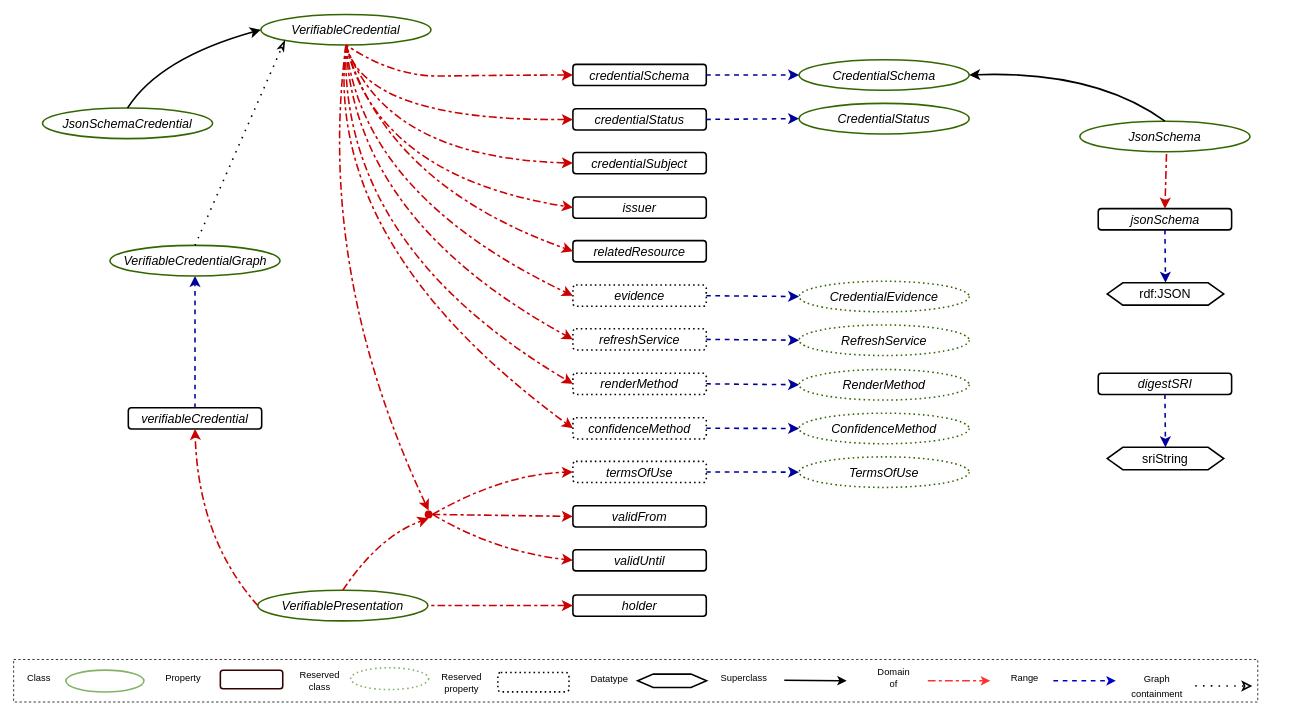
Above: vocab/credentials/v2/vocabulary.drawio in w3c/vc-data-model (draw.io), before the change. Source tidied: cells renumbered, new cells numbered last; positions are measured from the earlier drawing's top-left corner, leaving out a move shared by most shapes. Both pictures are drawn from the tidied source at 78%, with x=0, y=0 at pixel (13, 14).
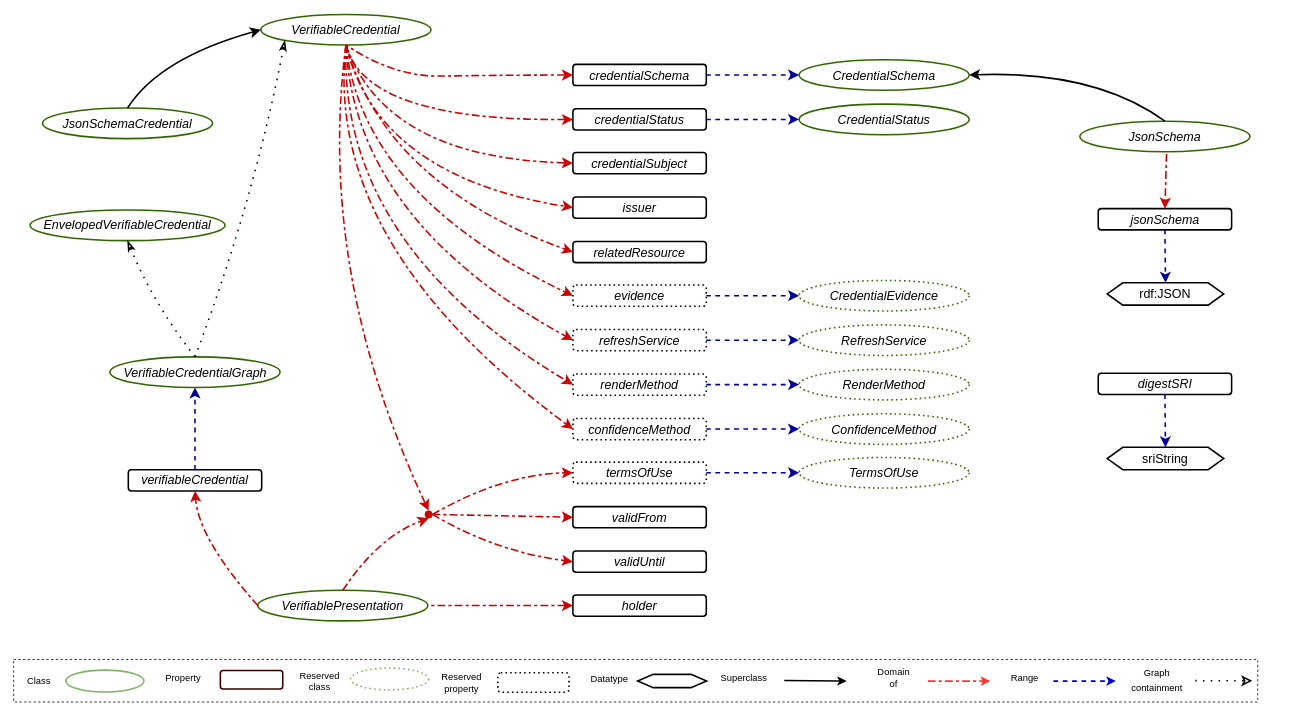
Above is the later version.

Commit message (it also covers changes not shown here):
Changing the vocab diagram

The change refers to these unchanged cells:
```xml
<mxCell id="3" value="&lt;i&gt;&lt;font color=&quot;#000000&quot;&gt;VerifiableCredential&lt;/font&gt;&lt;/i&gt;" style="ellipse;whiteSpace=wrap;html=1;fontSize=16;fillColor=none;strokeWidth=2;strokeColor=#336600;" parent="1" vertex="1">
  <mxGeometry x="317" width="218" height="39.2" as="geometry" />
</mxCell>
```

Change to the diagram source:
```diff
@@
     <mxCell id="2" value="&lt;i&gt;&lt;font color=&quot;#000000&quot;&gt;verifiableCredential&lt;/font&gt;&lt;/i&gt;" style="rounded=1;whiteSpace=wrap;html=1;fontSize=16;fillColor=none;strokeWidth=2;" parent="1" vertex="1">
-      <mxGeometry x="147" y="504.2" width="171" height="27.2" as="geometry" />
+      <mxGeometry x="147" y="583.7" width="171" height="27.2" as="geometry" />
     </mxCell>
@@
     <mxCell id="10" value="&lt;i&gt;&lt;font color=&quot;#000000&quot;&gt;VerifiableCredentialGraph&lt;/font&gt;&lt;/i&gt;" style="ellipse;whiteSpace=wrap;html=1;fontSize=16;fillColor=none;strokeWidth=2;strokeColor=#336600;" parent="1" vertex="1">
-      <mxGeometry x="123.5" y="296.1" width="218" height="39.2" as="geometry" />
+      <mxGeometry x="123.5" y="439" width="218" height="39.2" as="geometry" />
     </mxCell>
     <mxCell id="11" style="edgeStyle=none;curved=1;rounded=0;jettySize=auto;html=1;entryX=0;entryY=1;entryDx=0;entryDy=0;fontSize=12;startSize=8;endSize=8;dashed=1;dashPattern=1 4;strokeWidth=2;exitX=0.5;exitY=0;exitDx=0;exitDy=0;endArrow=classicThin;endFill=0;" parent="1" edge="1" source="10" target="3">
-      <mxGeometry relative="1" as="geometry" />
+      <mxGeometry relative="1" as="geometry">
+        <Array as="points">
+          <mxPoint x="308" y="239" />
+        </Array>
+      </mxGeometry>
     </mxCell>
@@
     <mxCell id="17" value="&lt;i&gt;&lt;font color=&quot;#000000&quot;&gt;refreshService&lt;/font&gt;&lt;/i&gt;" style="rounded=1;whiteSpace=wrap;html=1;fontSize=16;fillColor=none;strokeWidth=2;dashed=1;dashPattern=1 2;" parent="1" vertex="1">
-      <mxGeometry x="717" y="403" width="171" height="27.2" as="geometry" />
+      <mxGeometry x="717" y="404" width="171" height="27.2" as="geometry" />
     </mxCell>
     <mxCell id="18" value="&lt;i&gt;&lt;font color=&quot;#000000&quot;&gt;renderMethod&lt;/font&gt;&lt;/i&gt;" style="rounded=1;whiteSpace=wrap;html=1;fontSize=16;fillColor=none;strokeWidth=2;dashed=1;dashPattern=1 2;" parent="1" vertex="1">
-      <mxGeometry x="717" y="460" width="171" height="27.2" as="geometry" />
+      <mxGeometry x="717" y="461" width="171" height="27.2" as="geometry" />
     </mxCell>
     <mxCell id="19" value="&lt;i&gt;&lt;font color=&quot;#000000&quot;&gt;confidenceMethod&lt;/font&gt;&lt;/i&gt;" style="rounded=1;whiteSpace=wrap;html=1;fontSize=16;fillColor=none;strokeWidth=2;dashed=1;dashPattern=1 2;" parent="1" vertex="1">
-      <mxGeometry x="717" y="517" width="171" height="27.2" as="geometry" />
+      <mxGeometry x="717" y="518" width="171" height="27.2" as="geometry" />
     </mxCell>
     <mxCell id="20" value="&lt;i&gt;&lt;font color=&quot;#000000&quot;&gt;termsOfUse&lt;/font&gt;&lt;/i&gt;" style="rounded=1;whiteSpace=wrap;html=1;fontSize=16;fillColor=none;strokeWidth=2;dashed=1;dashPattern=1 2;" parent="1" vertex="1">
-      <mxGeometry x="717" y="573" width="171" height="27.2" as="geometry" />
+      <mxGeometry x="717" y="574" width="171" height="27.2" as="geometry" />
     </mxCell>
     <mxCell id="21" value="&lt;i&gt;&lt;font color=&quot;#000000&quot;&gt;validFrom&lt;/font&gt;&lt;/i&gt;" style="rounded=1;whiteSpace=wrap;html=1;fontSize=16;fillColor=none;strokeWidth=2;" parent="1" vertex="1">
-      <mxGeometry x="717" y="630" width="171" height="27.2" as="geometry" />
+      <mxGeometry x="717" y="631" width="171" height="27.2" as="geometry" />
     </mxCell>
     <mxCell id="22" value="&lt;i&gt;&lt;font color=&quot;#000000&quot;&gt;validUntil&lt;/font&gt;&lt;/i&gt;" style="rounded=1;whiteSpace=wrap;html=1;fontSize=16;fillColor=none;strokeWidth=2;" parent="1" vertex="1">
-      <mxGeometry x="717" y="686.2" width="171" height="27.2" as="geometry" />
+      <mxGeometry x="717" y="688" width="171" height="27.2" as="geometry" />
     </mxCell>
@@
     <mxCell id="39" value="&lt;i&gt;&lt;font color=&quot;#000000&quot;&gt;RenderMethod&lt;/font&gt;&lt;/i&gt;" style="ellipse;whiteSpace=wrap;html=1;fontSize=16;fillColor=none;strokeWidth=2;strokeColor=#336600;dashed=1;dashPattern=1 2;" parent="1" vertex="1">
-      <mxGeometry x="1007" y="455.2" width="218" height="39.2" as="geometry" />
+      <mxGeometry x="1007" y="455" width="218" height="39.2" as="geometry" />
     </mxCell>
     <mxCell id="40" value="&lt;i&gt;&lt;font color=&quot;#000000&quot;&gt;CredentialEvidence&lt;/font&gt;&lt;/i&gt;" style="ellipse;whiteSpace=wrap;html=1;fontSize=16;fillColor=none;strokeWidth=2;strokeColor=#336600;dashed=1;dashPattern=1 2;" parent="1" vertex="1">
-      <mxGeometry x="1007" y="342.1" width="218" height="39.2" as="geometry" />
+      <mxGeometry x="1007" y="341" width="218" height="39.2" as="geometry" />
     </mxCell>
     <mxCell id="41" value="&lt;i&gt;&lt;font color=&quot;#000000&quot;&gt;RefreshService&lt;/font&gt;&lt;/i&gt;" style="ellipse;whiteSpace=wrap;html=1;fontSize=16;fillColor=none;strokeWidth=2;strokeColor=#336600;dashed=1;dashPattern=1 2;" parent="1" vertex="1">
-      <mxGeometry x="1007" y="398.1" width="218" height="39.2" as="geometry" />
+      <mxGeometry x="1007" y="398" width="218" height="39.2" as="geometry" />
     </mxCell>
     <mxCell id="42" value="&lt;i&gt;&lt;font color=&quot;#000000&quot;&gt;ConfidenceMethod&lt;/font&gt;&lt;/i&gt;" style="ellipse;whiteSpace=wrap;html=1;fontSize=16;fillColor=none;strokeWidth=2;strokeColor=#336600;dashed=1;dashPattern=1 2;" parent="1" vertex="1">
-      <mxGeometry x="1007" y="511.2" width="218" height="39.2" as="geometry" />
+      <mxGeometry x="1007" y="512" width="218" height="39.2" as="geometry" />
     </mxCell>
     <mxCell id="43" value="&lt;i&gt;&lt;font color=&quot;#000000&quot;&gt;TermsOfUse&lt;/font&gt;&lt;/i&gt;" style="ellipse;whiteSpace=wrap;html=1;fontSize=16;fillColor=none;strokeWidth=2;strokeColor=#336600;dashed=1;dashPattern=1 2;" parent="1" vertex="1">
-      <mxGeometry x="1007" y="567.2" width="218" height="39.2" as="geometry" />
+      <mxGeometry x="1007" y="568" width="218" height="39.2" as="geometry" />
     </mxCell>
@@
     <mxCell id="45" value="&lt;i&gt;&lt;font color=&quot;#000000&quot;&gt;CredentialStatus&lt;/font&gt;&lt;/i&gt;" style="ellipse;whiteSpace=wrap;html=1;fontSize=16;fillColor=none;strokeWidth=2;strokeColor=#336600;" parent="1" vertex="1">
-      <mxGeometry x="1007" y="114" width="218" height="39.2" as="geometry" />
+      <mxGeometry x="1007" y="115" width="218" height="39.2" as="geometry" />
     </mxCell>
@@
-    <mxCell id="55" style="group;" parent="1" vertex="1">
-      <mxGeometry y="827" width="1621" height="54.5" as="geometry" />
-    </mxCell>
-    <mxCell id="56" style="rounded=0;whiteSpace=wrap;html=1;fillColor=none;dashed=1;" parent="55" vertex="1">
-      <mxGeometry width="1595" height="54.5" as="geometry" />
-    </mxCell>
-    <mxCell id="57" style="group;" parent="55" vertex="1">
-      <mxGeometry x="7" y="2.5" width="1614" height="49.5" as="geometry" />
-    </mxCell>
-    <mxCell id="58" style="group;" parent="57" vertex="1">
-      <mxGeometry x="718" y="4.8" width="163.4" height="40" as="geometry" />
-    </mxCell>
-    <mxCell id="59" style="shape=hexagon;perimeter=hexagonPerimeter2;whiteSpace=wrap;html=1;fixedSize=1;fontSize=16;fillColor=none;strokeWidth=2;" parent="58" vertex="1">
-      <mxGeometry x="75" y="11.5" width="88.4" height="17" as="geometry" />
-    </mxCell>
-    <mxCell id="60" value="&lt;span style=&quot;color: rgb(0, 0, 0); font-family: Helvetica; font-size: 12px; font-style: normal; font-variant-ligatures: normal; font-variant-caps: normal; font-weight: 400; letter-spacing: normal; orphans: 2; text-align: center; text-indent: 0px; text-transform: none; widows: 2; word-spacing: 0px; -webkit-text-stroke-width: 0px; background-color: rgb(251, 251, 251); text-decoration-thickness: initial; text-decoration-style: initial; text-decoration-color: initial; float: none; display: inline !important;&quot;&gt;Datatype&lt;/span&gt;" style="text;whiteSpace=wrap;html=1;fontSize=16;" parent="58" vertex="1">
-      <mxGeometry x="13" width="90" height="40" as="geometry" />
-    </mxCell>
-    <mxCell id="61" style="group;" parent="57" vertex="1">
-      <mxGeometry x="1424" y="4.8" width="190" height="40" as="geometry" />
-    </mxCell>
-    <mxCell id="62" style="edgeStyle=none;curved=1;rounded=0;orthogonalLoop=1;jettySize=auto;html=1;fontSize=12;startSize=8;endSize=8;dashed=1;dashPattern=1 4;strokeWidth=2;endArrow=classic;endFill=0;" parent="61" edge="1">
-      <mxGeometry relative="1" as="geometry">
-        <mxPoint x="84" y="26.5" as="sourcePoint" />
-        <mxPoint x="157" y="26.7" as="targetPoint" />
-      </mxGeometry>
-    </mxCell>
-    <mxCell id="63" value="&lt;span style=&quot;color: rgb(0, 0, 0); font-family: Helvetica; font-size: 12px; font-style: normal; font-variant-ligatures: normal; font-variant-caps: normal; font-weight: 400; letter-spacing: normal; orphans: 2; text-indent: 0px; text-transform: none; widows: 2; word-spacing: 0px; -webkit-text-stroke-width: 0px; background-color: rgb(251, 251, 251); text-decoration-thickness: initial; text-decoration-style: initial; text-decoration-color: initial; float: none; display: inline !important;&quot;&gt;Graph containment&lt;/span&gt;" style="text;whiteSpace=wrap;html=1;fontSize=16;align=center;" parent="61" vertex="1">
-      <mxGeometry width="70" height="40" as="geometry" />
-    </mxCell>
-    <mxCell id="64" style="group;" parent="57" vertex="1">
-      <mxGeometry x="175" y="6.2" width="170" height="37.1" as="geometry" />
-    </mxCell>
-    <mxCell id="65" style="rounded=1;whiteSpace=wrap;html=1;fillColor=none;strokeColor=#330000;strokeWidth=2;" parent="64" vertex="1">
-      <mxGeometry x="83" y="5" width="80" height="23.7" as="geometry" />
-    </mxCell>
-    <mxCell id="66" value="Property" style="text;html=1;align=center;verticalAlign=middle;strokeColor=none;fillColor=none;" parent="64" vertex="1">
-      <mxGeometry width="70" height="30" as="geometry" />
-    </mxCell>
-    <mxCell id="67" style="group;" parent="57" vertex="1">
-      <mxGeometry x="894" y="6.2" width="170" height="37.1" as="geometry" />
-    </mxCell>
-    <mxCell id="68" style="endArrow=classic;html=1;rounded=0;endFill=1;strokeWidth=2;" parent="67" edge="1">
-      <mxGeometry relative="1" as="geometry">
-        <mxPoint x="87" y="17.9" as="sourcePoint" />
-        <mxPoint x="167" y="18.6" as="targetPoint" />
-      </mxGeometry>
-    </mxCell>
-    <mxCell id="69" value="Superclass" style="text;html=1;align=center;verticalAlign=middle;strokeColor=none;fillColor=none;" parent="67" vertex="1">
-      <mxGeometry x="-5" width="80" height="30" as="geometry" />
-    </mxCell>
-    <mxCell id="70" style="group;" parent="57" vertex="1">
-      <mxGeometry x="1091" y="6.2" width="136" height="37.1" as="geometry" />
-    </mxCell>
-    <mxCell id="71" style="edgeStyle=orthogonalEdgeStyle;rounded=0;orthogonalLoop=1;jettySize=auto;html=1;startArrow=none;startFill=0;endArrow=classic;endFill=1;strokeColor=#FF3333;dashed=1;exitX=1;exitY=0.5;exitDx=0;exitDy=0;strokeWidth=2;dashPattern=5 2 2 2;" parent="70" edge="1">
-      <mxGeometry relative="1" as="geometry">
-        <mxPoint x="74" y="18.6" as="sourcePoint" />
-        <mxPoint x="154" y="18.6" as="targetPoint" />
-        <Array as="points">
-          <mxPoint x="130" y="18.6" />
-          <mxPoint x="130" y="18.6" />
-        </Array>
-      </mxGeometry>
-    </mxCell>
-    <mxCell id="72" value="Domain&lt;br&gt;of" style="text;html=1;align=center;verticalAlign=middle;strokeColor=none;fillColor=none;" parent="70" vertex="1">
-      <mxGeometry y="-5" width="60" height="40" as="geometry" />
-    </mxCell>
-    <mxCell id="73" style="group;" parent="57" vertex="1">
-      <mxGeometry x="1259" y="6.2" width="160" height="37.1" as="geometry" />
-    </mxCell>
-    <mxCell id="74" style="edgeStyle=orthogonalEdgeStyle;rounded=0;orthogonalLoop=1;jettySize=auto;html=1;dashed=1;strokeColor=#0000CC;entryX=0;entryY=0.5;entryDx=0;entryDy=0;strokeWidth=2;" parent="73" edge="1">
-      <mxGeometry relative="1" as="geometry">
-        <mxPoint x="67" y="18.6" as="sourcePoint" />
-        <mxPoint x="147" y="18.6" as="targetPoint" />
-      </mxGeometry>
-    </mxCell>
-    <mxCell id="75" value="Range" style="text;html=1;align=center;verticalAlign=middle;strokeColor=none;fillColor=none;" parent="73" vertex="1">
-      <mxGeometry width="60" height="30" as="geometry" />
-    </mxCell>
-    <mxCell id="76" style="group;" parent="57" vertex="1">
-      <mxGeometry x="360" y="3.1" width="160" height="43.3" as="geometry" />
-    </mxCell>
-    <mxCell id="77" style="ellipse;whiteSpace=wrap;html=1;fillColor=none;strokeColor=#82b366;strokeWidth=2;dashed=1;dashPattern=1 2;" parent="76" vertex="1">
-      <mxGeometry x="65" y="5" width="100" height="28" as="geometry" />
-    </mxCell>
-    <mxCell id="78" value="Reserved&lt;br&gt;class" style="text;html=1;align=center;verticalAlign=middle;strokeColor=none;fillColor=none;" parent="76" vertex="1">
-      <mxGeometry x="-10" y="1.8" width="70" height="40" as="geometry" />
-    </mxCell>
-    <mxCell id="79" style="group;" parent="57" vertex="1">
-      <mxGeometry x="532" width="176" height="49.5" as="geometry" />
-    </mxCell>
-    <mxCell id="80" value="Reserved&lt;br&gt;property" style="text;html=1;align=center;verticalAlign=middle;strokeColor=none;fillColor=none;" parent="79" vertex="1">
-      <mxGeometry y="7" width="70" height="40" as="geometry" />
-    </mxCell>
-    <mxCell id="81" style="rounded=1;whiteSpace=wrap;html=1;fontSize=16;fillColor=none;strokeWidth=2;dashed=1;dashPattern=1 2;" parent="79" vertex="1">
-      <mxGeometry x="81.8" y="14.2" width="91.2" height="24.8" as="geometry" />
-    </mxCell>
-    <mxCell id="82" style="ellipse;whiteSpace=wrap;html=1;fillColor=none;strokeColor=#82b366;strokeWidth=2;" parent="57" vertex="1">
-      <mxGeometry x="60" y="11.1" width="100" height="28" as="geometry" />
-    </mxCell>
-    <mxCell id="83" value="Class" style="text;html=1;align=center;verticalAlign=middle;strokeColor=none;fillColor=none;" parent="57" vertex="1">
-      <mxGeometry y="6.2" width="50" height="30" as="geometry" />
-    </mxCell>
@@
     <mxCell id="88" value="&lt;i&gt;&lt;font color=&quot;#000000&quot;&gt;relatedResource&lt;/font&gt;&lt;/i&gt;" style="rounded=1;whiteSpace=wrap;html=1;fontSize=16;fillColor=none;strokeWidth=2;" parent="1" vertex="1">
-      <mxGeometry x="717" y="290" width="171" height="27.2" as="geometry" />
+      <mxGeometry x="717" y="291" width="171" height="27.2" as="geometry" />
     </mxCell>
@@
+    <mxCell id="93" value="&lt;i&gt;&lt;font color=&quot;#000000&quot;&gt;EnvelopedVerifiableCredential&lt;/font&gt;&lt;/i&gt;" style="ellipse;whiteSpace=wrap;html=1;fontSize=16;fillColor=none;strokeWidth=2;strokeColor=#336600;" parent="1" vertex="1">
+      <mxGeometry x="21" y="250.8" width="250" height="39.2" as="geometry" />
+    </mxCell>
+    <mxCell id="94" style="edgeStyle=none;curved=1;rounded=0;jettySize=auto;html=1;entryX=0.5;entryY=1;entryDx=0;entryDy=0;fontSize=12;startSize=8;endSize=8;dashed=1;dashPattern=1 4;strokeWidth=2;exitX=0.5;exitY=0;exitDx=0;exitDy=0;endArrow=classicThin;endFill=0;" parent="1" edge="1" source="10" target="93">
+      <mxGeometry relative="1" as="geometry">
+        <Array as="points">
+          <mxPoint x="178" y="369" />
+        </Array>
+      </mxGeometry>
+    </mxCell>
+    <mxCell id="95" style="group;" parent="1" vertex="1">
+      <mxGeometry y="827" width="1595" height="54.5" as="geometry" />
+    </mxCell>
+    <mxCell id="56" style="rounded=0;whiteSpace=wrap;html=1;fillColor=none;dashed=1;" parent="95" vertex="1">
+      <mxGeometry width="1595" height="54.5" as="geometry" />
+    </mxCell>
+    <mxCell id="96" style="group;" parent="95" vertex="1">
+      <mxGeometry x="725" y="7.6" width="163.4" height="40" as="geometry" />
+    </mxCell>
+    <mxCell id="59" style="shape=hexagon;perimeter=hexagonPerimeter2;whiteSpace=wrap;html=1;fixedSize=1;fontSize=16;fillColor=none;strokeWidth=2;" parent="96" vertex="1">
+      <mxGeometry x="75" y="11.5" width="88.4" height="17" as="geometry" />
+    </mxCell>
+    <mxCell id="60" value="&lt;span style=&quot;color: rgb(0, 0, 0); font-family: Helvetica; font-size: 12px; font-style: normal; font-variant-ligatures: normal; font-variant-caps: normal; font-weight: 400; letter-spacing: normal; orphans: 2; text-align: center; text-indent: 0px; text-transform: none; widows: 2; word-spacing: 0px; -webkit-text-stroke-width: 0px; background-color: rgb(251, 251, 251); text-decoration-thickness: initial; text-decoration-style: initial; text-decoration-color: initial; float: none; display: inline !important;&quot;&gt;Datatype&lt;/span&gt;" style="text;whiteSpace=wrap;html=1;fontSize=16;" parent="96" vertex="1">
+      <mxGeometry x="13" width="90" height="40" as="geometry" />
+    </mxCell>
+    <mxCell id="97" style="group;" parent="95" vertex="1">
+      <mxGeometry x="182" y="9.1" width="170" height="37.1" as="geometry" />
+    </mxCell>
+    <mxCell id="65" style="rounded=1;whiteSpace=wrap;html=1;fillColor=none;strokeColor=#330000;strokeWidth=2;" parent="97" vertex="1">
+      <mxGeometry x="83" y="5" width="80" height="23.7" as="geometry" />
+    </mxCell>
+    <mxCell id="66" value="Property" style="text;html=1;align=center;verticalAlign=middle;strokeColor=none;fillColor=none;" parent="97" vertex="1">
+      <mxGeometry width="70" height="30" as="geometry" />
+    </mxCell>
+    <mxCell id="98" style="group;" parent="95" vertex="1">
+      <mxGeometry x="901" y="9.1" width="170" height="37.1" as="geometry" />
+    </mxCell>
+    <mxCell id="99" style="endArrow=classic;html=1;rounded=0;endFill=1;strokeWidth=2;" parent="98" edge="1">
+      <mxGeometry relative="1" as="geometry">
+        <mxPoint x="87" y="17.9" as="sourcePoint" />
+        <mxPoint x="167" y="18.6" as="targetPoint" />
+      </mxGeometry>
+    </mxCell>
+    <mxCell id="69" value="Superclass" style="text;html=1;align=center;verticalAlign=middle;strokeColor=none;fillColor=none;" parent="98" vertex="1">
+      <mxGeometry x="-5" width="80" height="30" as="geometry" />
+    </mxCell>
+    <mxCell id="100" style="group;" parent="95" vertex="1">
+      <mxGeometry x="1098" y="9.1" width="136" height="37.1" as="geometry" />
+    </mxCell>
+    <mxCell id="101" style="edgeStyle=orthogonalEdgeStyle;rounded=0;orthogonalLoop=1;jettySize=auto;html=1;startArrow=none;startFill=0;endArrow=classic;endFill=1;strokeColor=#FF3333;dashed=1;exitX=1;exitY=0.5;exitDx=0;exitDy=0;strokeWidth=2;dashPattern=5 2 2 2;" parent="100" edge="1">
+      <mxGeometry relative="1" as="geometry">
+        <mxPoint x="74" y="18.6" as="sourcePoint" />
+        <mxPoint x="154" y="18.6" as="targetPoint" />
+        <Array as="points">
+          <mxPoint x="130" y="18.6" />
+          <mxPoint x="130" y="18.6" />
+        </Array>
+      </mxGeometry>
+    </mxCell>
+    <mxCell id="72" value="Domain&lt;br&gt;of" style="text;html=1;align=center;verticalAlign=middle;strokeColor=none;fillColor=none;" parent="100" vertex="1">
+      <mxGeometry y="-5" width="60" height="40" as="geometry" />
+    </mxCell>
+    <mxCell id="102" style="group;" parent="95" vertex="1">
+      <mxGeometry x="1266" y="9.1" width="160" height="37.1" as="geometry" />
+    </mxCell>
+    <mxCell id="103" style="edgeStyle=orthogonalEdgeStyle;rounded=0;orthogonalLoop=1;jettySize=auto;html=1;dashed=1;strokeColor=#0000CC;entryX=0;entryY=0.5;entryDx=0;entryDy=0;strokeWidth=2;" parent="102" edge="1">
+      <mxGeometry relative="1" as="geometry">
+        <mxPoint x="67" y="18.6" as="sourcePoint" />
+        <mxPoint x="147" y="18.6" as="targetPoint" />
+      </mxGeometry>
+    </mxCell>
+    <mxCell id="75" value="Range" style="text;html=1;align=center;verticalAlign=middle;strokeColor=none;fillColor=none;" parent="102" vertex="1">
+      <mxGeometry width="60" height="30" as="geometry" />
+    </mxCell>
+    <mxCell id="104" style="group;" parent="95" vertex="1">
+      <mxGeometry x="367" y="6" width="160" height="43.3" as="geometry" />
+    </mxCell>
+    <mxCell id="77" style="ellipse;whiteSpace=wrap;html=1;fillColor=none;strokeColor=#82b366;strokeWidth=2;dashed=1;dashPattern=1 2;" parent="104" vertex="1">
+      <mxGeometry x="65" y="5" width="100" height="28" as="geometry" />
+    </mxCell>
+    <mxCell id="78" value="Reserved&lt;br&gt;class" style="text;html=1;align=center;verticalAlign=middle;strokeColor=none;fillColor=none;" parent="104" vertex="1">
+      <mxGeometry x="-10" y="1.8" width="70" height="40" as="geometry" />
+    </mxCell>
+    <mxCell id="105" style="group;" parent="95" vertex="1">
+      <mxGeometry x="539" y="2.9" width="176" height="49.5" as="geometry" />
+    </mxCell>
+    <mxCell id="80" value="Reserved&lt;br&gt;property" style="text;html=1;align=center;verticalAlign=middle;strokeColor=none;fillColor=none;" parent="105" vertex="1">
+      <mxGeometry y="7" width="70" height="40" as="geometry" />
+    </mxCell>
+    <mxCell id="81" style="rounded=1;whiteSpace=wrap;html=1;fontSize=16;fillColor=none;strokeWidth=2;dashed=1;dashPattern=1 2;" parent="105" vertex="1">
+      <mxGeometry x="81.8" y="14.2" width="91.2" height="24.8" as="geometry" />
+    </mxCell>
+    <mxCell id="106" style="group;" parent="95" vertex="1">
+      <mxGeometry x="7" y="12.6" width="160" height="30" as="geometry" />
+    </mxCell>
+    <mxCell id="107" style="ellipse;whiteSpace=wrap;html=1;fillColor=none;strokeColor=#82b366;strokeWidth=2;" parent="106" vertex="1">
+      <mxGeometry x="60" y="1" width="100" height="28" as="geometry" />
+    </mxCell>
+    <mxCell id="83" value="Class" style="text;html=1;align=center;verticalAlign=middle;strokeColor=none;fillColor=none;" parent="106" vertex="1">
+      <mxGeometry width="50" height="30" as="geometry" />
+    </mxCell>
+    <mxCell id="108" style="edgeStyle=none;curved=1;rounded=0;orthogonalLoop=1;jettySize=auto;html=1;fontSize=12;startSize=8;endSize=8;dashed=1;dashPattern=1 4;strokeWidth=2;endArrow=classic;endFill=0;" parent="95" edge="1">
+      <mxGeometry relative="1" as="geometry">
+        <mxPoint x="1515" y="27.1" as="sourcePoint" />
+        <mxPoint x="1588" y="27.4" as="targetPoint" />
+      </mxGeometry>
+    </mxCell>
+    <mxCell id="63" value="&lt;span style=&quot;color: rgb(0, 0, 0); font-family: Helvetica; font-size: 12px; font-style: normal; font-variant-ligatures: normal; font-variant-caps: normal; font-weight: 400; letter-spacing: normal; orphans: 2; text-indent: 0px; text-transform: none; widows: 2; word-spacing: 0px; -webkit-text-stroke-width: 0px; background-color: rgb(251, 251, 251); text-decoration-thickness: initial; text-decoration-style: initial; text-decoration-color: initial; float: none; display: inline !important;&quot;&gt;Graph containment&lt;/span&gt;" style="text;whiteSpace=wrap;html=1;fontSize=16;align=center;" parent="95" vertex="1">
+      <mxGeometry x="1431" width="70" height="25.6" as="geometry" />
+    </mxCell>
```
